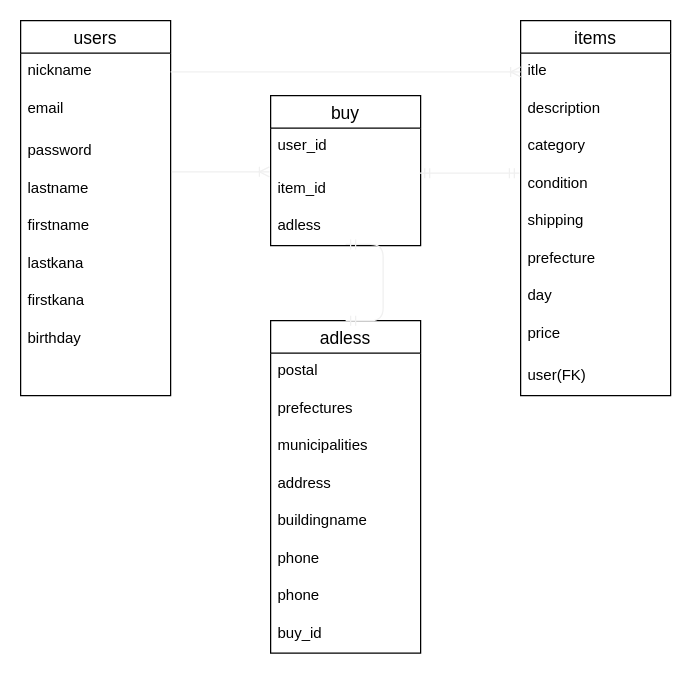
tec-km/furima-35573 keeps this draw.io diagram as er.dio. Above is the earlier version. Source tidied: cells renumbered, new cells numbered last; positions are measured from the earlier drawing's top-left corner, leaving out a move shared by most shapes. Both pictures are drawn from the tidied source at 125%, with x=0, y=0 at pixel (20, 20).
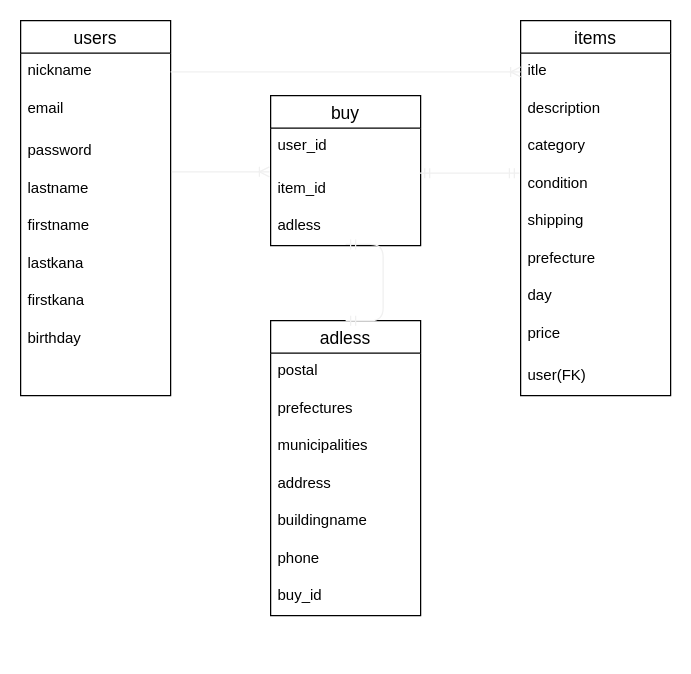
The same diagram, later.

What changed in the source:
```diff
@@
     <mxCell id="27" value="adless" style="swimlane;fontStyle=0;horizontal=1;startSize=26;align=center;fontSize=14;" parent="1" vertex="1">
-      <mxGeometry x="200" y="240" width="120" height="266" as="geometry" />
+      <mxGeometry x="200" y="240" width="120" height="236" as="geometry" />
     </mxCell>
@@
-    <mxCell id="34" value="phone" style="text;strokeColor=none;fillColor=none;spacingLeft=4;spacingRight=4;overflow=hidden;fontSize=12;" parent="27" vertex="1">
-      <mxGeometry y="206" width="120" height="30" as="geometry" />
-    </mxCell>
     <mxCell id="35" value="buy_id" style="text;strokeColor=none;fillColor=none;spacingLeft=4;spacingRight=4;overflow=hidden;fontSize=12;" parent="27" vertex="1">
-      <mxGeometry y="236" width="120" height="30" as="geometry" />
+      <mxGeometry y="206" width="120" height="30" as="geometry" />
     </mxCell>
```
